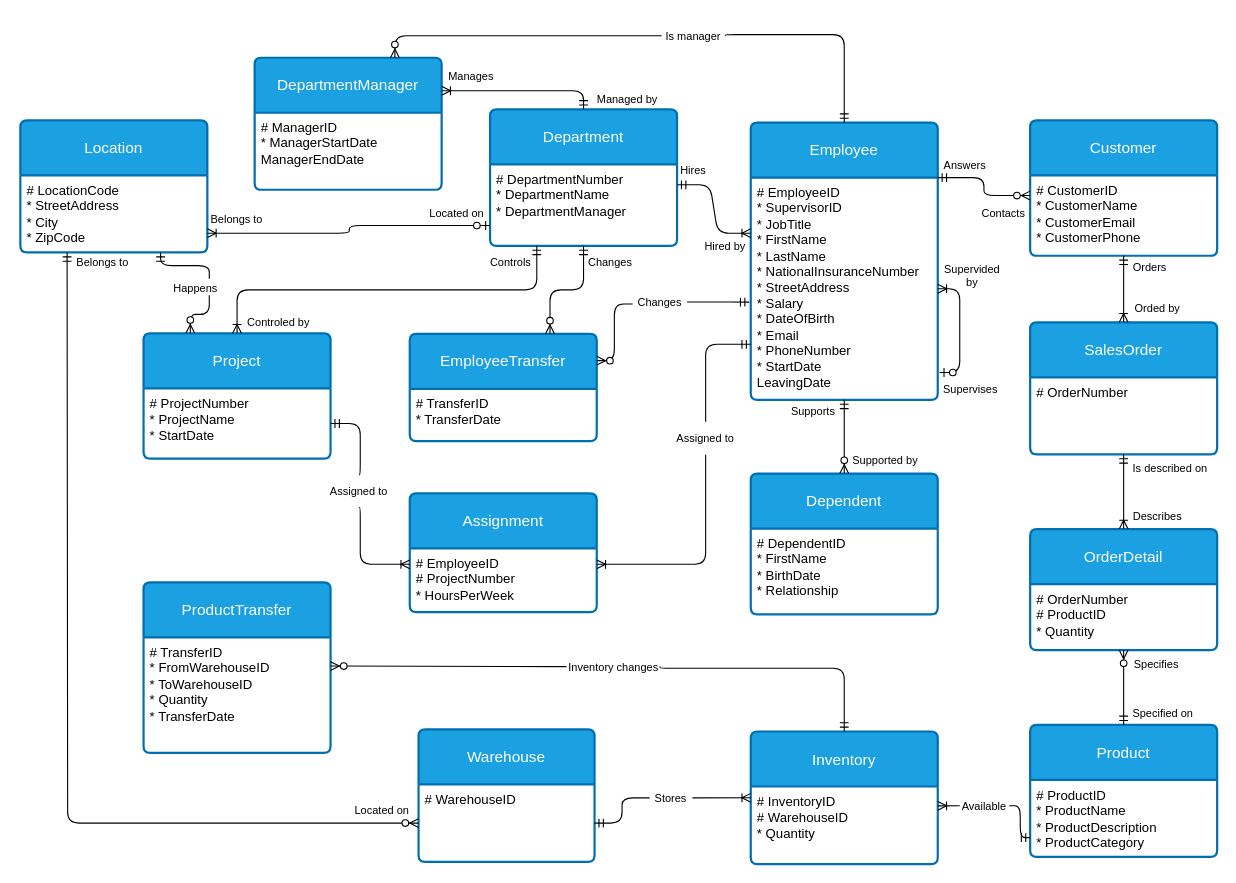
Above: diagrams/ERD.drawio in anacletu/company_model_database (draw.io), before the change. Source tidied: cells renumbered, new cells numbered last; positions are measured from the earlier drawing's top-left corner, leaving out a move shared by most shapes. Both pictures are drawn from the tidied source at 110%, with x=0, y=0 at pixel (20, 19).
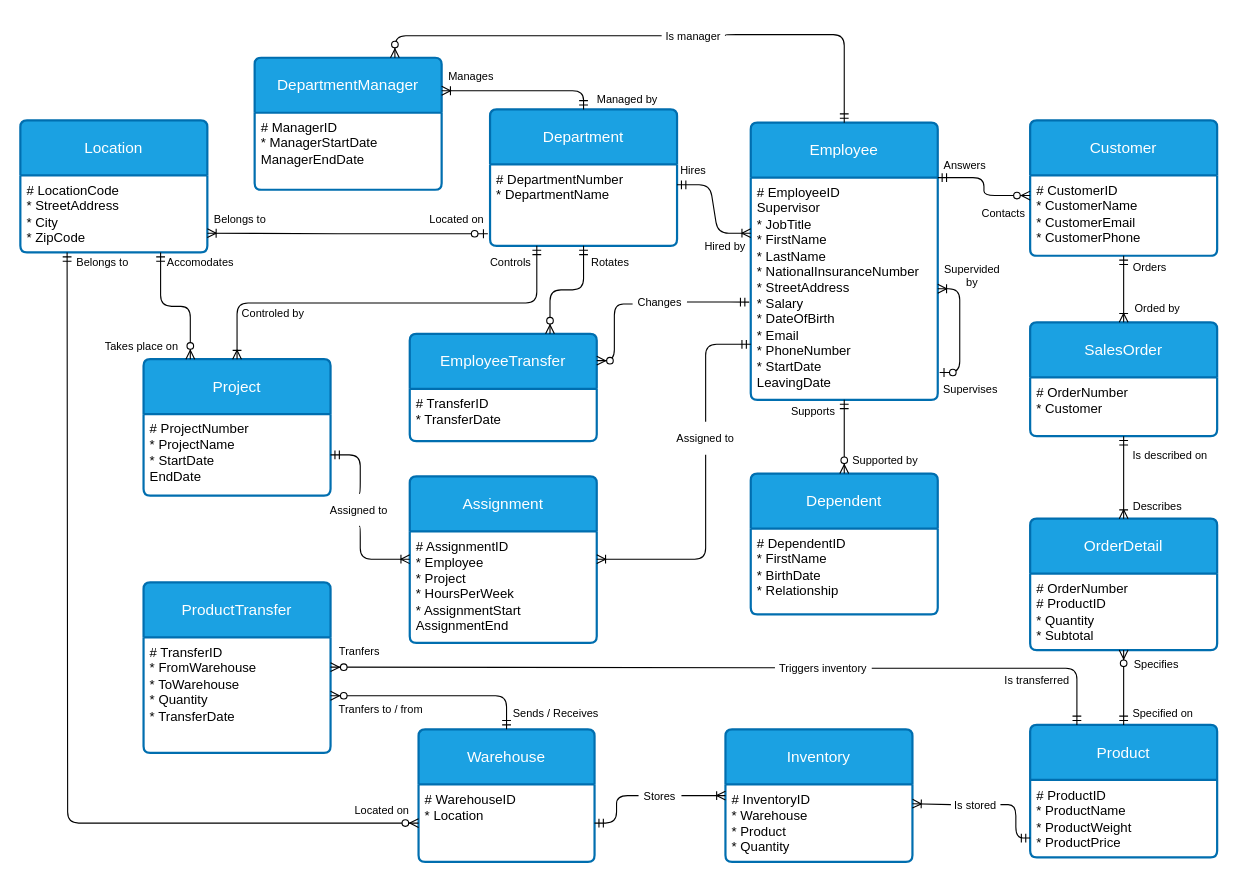
Above is the later version.

Commit message:
Updating the ERD to reflect changes made to the DDL file

The change refers to these unchanged cells:
```xml
<mxCell id="3" value="# LocationCode&lt;br&gt;&lt;div&gt;&lt;span style=&quot;background-color: initial;&quot;&gt;* StreetAddress&lt;/span&gt;&lt;/div&gt;&lt;div&gt;&lt;span style=&quot;background-color: initial;&quot;&gt;* City&lt;/span&gt;&lt;/div&gt;&lt;div&gt;&lt;span style=&quot;background-color: initial;&quot;&gt;* ZipCode&lt;/span&gt;&lt;/div&gt;&lt;div&gt;&lt;br&gt;&lt;/div&gt;" style="align=left;strokeColor=none;fillColor=none;spacingLeft=4;fontSize=12;verticalAlign=top;html=1;" parent="2" vertex="1">
  <mxGeometry y="50" width="170" height="70" as="geometry" />
</mxCell>
<mxCell id="6" value="Employee" style="swimlane;horizontal=1;startSize=50;rounded=1;fontSize=14;fontStyle=0;strokeWidth=2;shadow=0;dashed=0;align=center;arcSize=4;whiteSpace=wrap;html=1;fillColor=#1ba1e2;strokeColor=#006EAF;fontColor=#ffffff;" parent="1" vertex="1">
  <mxGeometry x="664" y="94" width="170" height="252" as="geometry" />
</mxCell>
<mxCell id="17" value="Warehouse" style="swimlane;horizontal=1;startSize=50;rounded=1;fontSize=14;fontStyle=0;strokeWidth=2;shadow=0;dashed=0;align=center;arcSize=4;whiteSpace=wrap;html=1;fillColor=#1ba1e2;strokeColor=#006EAF;fontColor=#ffffff;" parent="1" vertex="1">
  <mxGeometry x="362" y="645.5" width="160" height="120.5" as="geometry" />
</mxCell>
<mxCell id="19" value="Department" style="swimlane;horizontal=1;startSize=50;rounded=1;fontSize=14;fontStyle=0;strokeWidth=2;shadow=0;dashed=0;align=center;arcSize=4;whiteSpace=wrap;html=1;fillColor=#1ba1e2;strokeColor=#006EAF;labelBackgroundColor=none;labelBorderColor=none;fontColor=#ffffff;" parent="1" vertex="1">
  <mxGeometry x="427" y="82" width="170" height="124" as="geometry" />
</mxCell>
<mxCell id="29" value="ProductTransfer" style="swimlane;horizontal=1;startSize=50;rounded=1;fontSize=14;fontStyle=0;strokeWidth=2;shadow=0;dashed=0;align=center;arcSize=4;whiteSpace=wrap;html=1;fillColor=#1ba1e2;strokeColor=#006EAF;fontColor=#ffffff;" parent="1" vertex="1">
  <mxGeometry x="112" y="512" width="170" height="155" as="geometry" />
</mxCell>
```

Change to the diagram source:
```diff
@@
     <mxCell id="4" value="Project" style="swimlane;horizontal=1;startSize=50;rounded=1;fontSize=14;fontStyle=0;strokeWidth=2;shadow=0;dashed=0;align=center;arcSize=4;whiteSpace=wrap;html=1;fillColor=#1ba1e2;strokeColor=#006EAF;fontColor=#ffffff;" parent="1" vertex="1">
-      <mxGeometry x="112" y="285.5" width="170" height="114" as="geometry" />
+      <mxGeometry x="112" y="309" width="170" height="124" as="geometry" />
     </mxCell>
-    <mxCell id="5" value="&lt;div&gt;# ProjectNumber&lt;/div&gt;&lt;div&gt;* ProjectName&lt;/div&gt;&lt;div&gt;* StartDate&lt;/div&gt;&lt;div&gt;&lt;br&gt;&lt;/div&gt;" style="align=left;strokeColor=none;fillColor=none;spacingLeft=4;fontSize=12;verticalAlign=top;html=1;" parent="4" vertex="1">
-      <mxGeometry y="50" width="170" height="64" as="geometry" />
+    <mxCell id="5" value="&lt;div&gt;# ProjectNumber&lt;/div&gt;&lt;div&gt;* ProjectName&lt;/div&gt;&lt;div&gt;* StartDate&lt;/div&gt;&lt;div&gt;EndDate&lt;/div&gt;&lt;div&gt;&lt;br&gt;&lt;/div&gt;&lt;div&gt;&lt;br&gt;&lt;/div&gt;" style="align=left;strokeColor=none;fillColor=none;spacingLeft=4;fontSize=12;verticalAlign=top;html=1;" parent="4" vertex="1">
+      <mxGeometry y="50" width="170" height="74" as="geometry" />
     </mxCell>
@@
-    <mxCell id="7" value="&lt;div&gt;# EmployeeID&lt;/div&gt;&lt;div&gt;* SupervisorID&lt;/div&gt;&lt;div&gt;* JobTitle&lt;/div&gt;&lt;div&gt;* FirstName&lt;/div&gt;&lt;div&gt;* LastName&lt;/div&gt;&lt;div&gt;* NationalInsuranceNumber&lt;/div&gt;&lt;div&gt;* StreetAddress&lt;/div&gt;&lt;div&gt;* Salary&lt;/div&gt;&lt;div&gt;* DateOfBirth&lt;/div&gt;&lt;div&gt;* Email&lt;/div&gt;&lt;div&gt;* PhoneNumber&lt;/div&gt;&lt;div&gt;* StartDate&lt;/div&gt;&lt;div&gt;&lt;span style=&quot;background-color: initial;&quot;&gt;LeavingDate&lt;/span&gt;&lt;/div&gt;" style="align=left;strokeColor=none;fillColor=none;spacingLeft=4;fontSize=12;verticalAlign=top;html=1;" parent="6" vertex="1">
+    <mxCell id="7" value="&lt;div&gt;# EmployeeID&lt;/div&gt;&lt;div&gt;Supervisor&lt;/div&gt;&lt;div&gt;* JobTitle&lt;/div&gt;&lt;div&gt;* FirstName&lt;/div&gt;&lt;div&gt;* LastName&lt;/div&gt;&lt;div&gt;* NationalInsuranceNumber&lt;/div&gt;&lt;div&gt;* StreetAddress&lt;/div&gt;&lt;div&gt;* Salary&lt;/div&gt;&lt;div&gt;* DateOfBirth&lt;/div&gt;&lt;div&gt;* Email&lt;/div&gt;&lt;div&gt;* PhoneNumber&lt;/div&gt;&lt;div&gt;* StartDate&lt;/div&gt;&lt;div&gt;&lt;span style=&quot;background-color: initial;&quot;&gt;LeavingDate&lt;/span&gt;&lt;/div&gt;" style="align=left;strokeColor=none;fillColor=none;spacingLeft=4;fontSize=12;verticalAlign=top;html=1;" parent="6" vertex="1">
       <mxGeometry y="50" width="170" height="202" as="geometry" />
     </mxCell>
@@
     <mxCell id="13" value="Product" style="swimlane;horizontal=1;startSize=50;rounded=1;fontSize=14;fontStyle=0;strokeWidth=2;shadow=0;dashed=0;align=center;arcSize=4;whiteSpace=wrap;html=1;fillColor=#1ba1e2;strokeColor=#006EAF;fontColor=#ffffff;" parent="1" vertex="1">
-      <mxGeometry x="918" y="641.5" width="170" height="120" as="geometry" />
+      <mxGeometry x="918" y="641.5" width="170" height="120.5" as="geometry" />
     </mxCell>
-    <mxCell id="14" value="# ProductID&lt;div&gt;* ProductName&lt;/div&gt;&lt;div&gt;* ProductDescription&lt;/div&gt;&lt;div&gt;* ProductCategory&lt;/div&gt;" style="align=left;strokeColor=none;fillColor=none;spacingLeft=4;fontSize=12;verticalAlign=top;html=1;" parent="13" vertex="1">
-      <mxGeometry y="50" width="170" height="70" as="geometry" />
+    <mxCell id="14" value="# ProductID&lt;div&gt;* ProductName&lt;/div&gt;&lt;div&gt;* ProductWeight&lt;/div&gt;&lt;div&gt;* ProductPrice&lt;/div&gt;" style="align=left;strokeColor=none;fillColor=none;spacingLeft=4;fontSize=12;verticalAlign=top;html=1;" parent="13" vertex="1">
+      <mxGeometry y="50" width="170" height="70.5" as="geometry" />
     </mxCell>
     <mxCell id="15" value="SalesOrder" style="swimlane;horizontal=1;startSize=50;rounded=1;fontSize=14;fontStyle=0;strokeWidth=2;shadow=0;dashed=0;align=center;arcSize=4;whiteSpace=wrap;html=1;fillColor=#1ba1e2;strokeColor=#006EAF;fontColor=#ffffff;" parent="1" vertex="1">
-      <mxGeometry x="918" y="275.5" width="170" height="120" as="geometry" />
+      <mxGeometry x="918" y="275.5" width="170" height="103.5" as="geometry" />
     </mxCell>
-    <mxCell id="16" value="&lt;div&gt;# OrderNumber&lt;/div&gt;" style="align=left;strokeColor=none;fillColor=none;spacingLeft=4;fontSize=12;verticalAlign=top;html=1;" parent="15" vertex="1">
-      <mxGeometry y="50" width="170" height="70" as="geometry" />
+    <mxCell id="16" value="&lt;div&gt;# OrderNumber&lt;/div&gt;&lt;div&gt;* Customer&lt;/div&gt;" style="align=left;strokeColor=none;fillColor=none;spacingLeft=4;fontSize=12;verticalAlign=top;html=1;" parent="15" vertex="1">
+      <mxGeometry y="50" width="170" height="53.5" as="geometry" />
     </mxCell>
@@
-    <mxCell id="18" value="&lt;div&gt;# WarehouseID&lt;/div&gt;" style="align=left;strokeColor=none;fillColor=none;spacingLeft=4;fontSize=12;verticalAlign=top;html=1;" parent="17" vertex="1">
+    <mxCell id="18" value="&lt;div&gt;# WarehouseID&lt;/div&gt;&lt;div&gt;* Location&lt;/div&gt;" style="align=left;strokeColor=none;fillColor=none;spacingLeft=4;fontSize=12;verticalAlign=top;html=1;" parent="17" vertex="1">
       <mxGeometry y="50" width="160" height="70.5" as="geometry" />
     </mxCell>
@@
-    <mxCell id="20" value="&lt;div&gt;# DepartmentNumber&lt;/div&gt;&lt;div&gt;* DepartmentName&lt;/div&gt;&lt;div&gt;* DepartmentManager&lt;/div&gt;&lt;div&gt;&lt;br&gt;&lt;/div&gt;&lt;div&gt;&lt;br&gt;&lt;/div&gt;" style="align=left;strokeColor=none;fillColor=none;spacingLeft=4;fontSize=12;verticalAlign=top;html=1;" parent="19" vertex="1">
+    <mxCell id="20" value="&lt;div&gt;# DepartmentNumber&lt;/div&gt;&lt;div&gt;* DepartmentName&lt;/div&gt;&lt;div&gt;&lt;br&gt;&lt;/div&gt;&lt;div&gt;&lt;br&gt;&lt;/div&gt;" style="align=left;strokeColor=none;fillColor=none;spacingLeft=4;fontSize=12;verticalAlign=top;html=1;" parent="19" vertex="1">
       <mxGeometry y="50" width="170" height="74" as="geometry" />
     </mxCell>
@@
     <mxCell id="23" value="Assignment" style="swimlane;horizontal=1;startSize=50;rounded=1;fontSize=14;fontStyle=0;strokeWidth=2;shadow=0;dashed=0;align=center;arcSize=4;whiteSpace=wrap;html=1;fillColor=#1ba1e2;strokeColor=#006EAF;fontColor=#ffffff;" parent="1" vertex="1">
-      <mxGeometry x="354" y="431" width="170" height="108" as="geometry" />
+      <mxGeometry x="354" y="415.5" width="170" height="151.5" as="geometry" />
     </mxCell>
-    <mxCell id="24" value="&lt;div&gt;# EmployeeID&lt;/div&gt;&lt;div&gt;# ProjectNumber&lt;/div&gt;&lt;div&gt;* HoursPerWeek&lt;/div&gt;&lt;div&gt;&lt;br&gt;&lt;/div&gt;" style="align=left;strokeColor=none;fillColor=none;spacingLeft=4;fontSize=12;verticalAlign=top;html=1;" parent="23" vertex="1">
-      <mxGeometry y="50" width="170" height="58" as="geometry" />
+    <mxCell id="24" value="&lt;div&gt;# AssignmentID&lt;/div&gt;&lt;div&gt;* Employee&lt;/div&gt;&lt;div&gt;* Project&lt;/div&gt;&lt;div&gt;* HoursPerWeek&lt;/div&gt;&lt;div&gt;* AssignmentStart&lt;/div&gt;&lt;div&gt;AssignmentEnd&lt;/div&gt;" style="align=left;strokeColor=none;fillColor=none;spacingLeft=4;fontSize=12;verticalAlign=top;html=1;" parent="23" vertex="1">
+      <mxGeometry y="50" width="170" height="101.5" as="geometry" />
     </mxCell>
     <mxCell id="25" value="Inventory" style="swimlane;horizontal=1;startSize=50;rounded=1;fontSize=14;fontStyle=0;strokeWidth=2;shadow=0;dashed=0;align=center;arcSize=4;whiteSpace=wrap;html=1;fillColor=#1ba1e2;strokeColor=#006EAF;fontColor=#ffffff;" parent="1" vertex="1">
-      <mxGeometry x="664" y="647.5" width="170" height="120.5" as="geometry" />
+      <mxGeometry x="641" y="645.5" width="170" height="120.5" as="geometry" />
     </mxCell>
-    <mxCell id="26" value="&lt;div&gt;# InventoryID&lt;/div&gt;&lt;div&gt;# WarehouseID&lt;br&gt;&lt;/div&gt;&lt;div&gt;* Quantity&lt;/div&gt;" style="align=left;strokeColor=none;fillColor=none;spacingLeft=4;fontSize=12;verticalAlign=top;html=1;" parent="25" vertex="1">
+    <mxCell id="26" value="&lt;div&gt;# InventoryID&lt;/div&gt;&lt;div&gt;* Warehouse&lt;br&gt;&lt;/div&gt;&lt;div&gt;* Product&lt;/div&gt;&lt;div&gt;* Quantity&lt;/div&gt;" style="align=left;strokeColor=none;fillColor=none;spacingLeft=4;fontSize=12;verticalAlign=top;html=1;" parent="25" vertex="1">
       <mxGeometry y="50" width="170" height="70.5" as="geometry" />
     </mxCell>
     <mxCell id="27" value="OrderDetail" style="swimlane;horizontal=1;startSize=50;rounded=1;fontSize=14;fontStyle=0;strokeWidth=2;shadow=0;dashed=0;align=center;arcSize=4;whiteSpace=wrap;html=1;fillColor=#1ba1e2;strokeColor=#006EAF;fontColor=#ffffff;" parent="1" vertex="1">
-      <mxGeometry x="918" y="463.5" width="170" height="110" as="geometry" />
+      <mxGeometry x="918" y="454" width="170" height="119.5" as="geometry" />
     </mxCell>
-    <mxCell id="28" value="&lt;div&gt;# OrderNumber&lt;/div&gt;&lt;div&gt;# ProductID&lt;/div&gt;&lt;div&gt;* Quantity&lt;/div&gt;" style="align=left;strokeColor=none;fillColor=none;spacingLeft=4;fontSize=12;verticalAlign=top;html=1;" parent="27" vertex="1">
-      <mxGeometry y="50" width="170" height="60" as="geometry" />
+    <mxCell id="28" value="&lt;div&gt;# OrderNumber&lt;/div&gt;&lt;div&gt;# ProductID&lt;/div&gt;&lt;div&gt;* Quantity&lt;/div&gt;&lt;div&gt;* Subtotal&lt;/div&gt;" style="align=left;strokeColor=none;fillColor=none;spacingLeft=4;fontSize=12;verticalAlign=top;html=1;" parent="27" vertex="1">
+      <mxGeometry y="50" width="170" height="69.5" as="geometry" />
     </mxCell>
@@
-    <mxCell id="30" value="&lt;div&gt;# TransferID&lt;/div&gt;&lt;div&gt;* FromWarehouseID&lt;/div&gt;&lt;div&gt;* ToWarehouseID&lt;/div&gt;&lt;div&gt;* Quantity&lt;/div&gt;&lt;div&gt;* TransferDate&lt;/div&gt;&lt;div&gt;&lt;br&gt;&lt;/div&gt;" style="align=left;strokeColor=none;fillColor=none;spacingLeft=4;fontSize=12;verticalAlign=top;html=1;" parent="29" vertex="1">
+    <mxCell id="30" value="&lt;div&gt;# TransferID&lt;/div&gt;&lt;div&gt;* FromWarehouse&lt;/div&gt;&lt;div&gt;* ToWarehouse&lt;/div&gt;&lt;div&gt;* Quantity&lt;/div&gt;&lt;div&gt;* TransferDate&lt;/div&gt;&lt;div&gt;&lt;br&gt;&lt;/div&gt;" style="align=left;strokeColor=none;fillColor=none;spacingLeft=4;fontSize=12;verticalAlign=top;html=1;" parent="29" vertex="1">
       <mxGeometry y="50" width="170" height="105" as="geometry" />
     </mxCell>
@@
     <mxCell id="42" value="Controled by" style="text;html=1;align=center;verticalAlign=middle;whiteSpace=wrap;rounded=0;labelBackgroundColor=none;labelBorderColor=none;fontSize=10;" parent="1" vertex="1">
-      <mxGeometry x="205" y="260" width="60" height="30" as="geometry" />
+      <mxGeometry x="200" y="252" width="60" height="30" as="geometry" />
     </mxCell>
@@
     <mxCell id="49" value="Assigned to" style="text;html=1;align=center;verticalAlign=middle;whiteSpace=wrap;rounded=0;labelBackgroundColor=none;labelBorderColor=none;fontSize=10;" parent="1" vertex="1">
-      <mxGeometry x="278" y="414" width="60" height="30" as="geometry" />
+      <mxGeometry x="278" y="431" width="60" height="30" as="geometry" />
     </mxCell>
@@
     <mxCell id="57" value="Belongs to" style="text;html=1;align=center;verticalAlign=middle;whiteSpace=wrap;rounded=0;labelBackgroundColor=none;labelBorderColor=none;fontSize=10;" parent="1" vertex="1">
-      <mxGeometry x="167" y="167" width="60" height="30" as="geometry" />
+      <mxGeometry x="170" y="167" width="60" height="30" as="geometry" />
     </mxCell>
     <mxCell id="58" value="Located on" style="text;html=1;align=center;verticalAlign=middle;whiteSpace=wrap;rounded=0;labelBackgroundColor=none;labelBorderColor=none;fontSize=10;" parent="1" vertex="1">
-      <mxGeometry x="367" y="161" width="60" height="30" as="geometry" />
+      <mxGeometry x="367" y="167" width="60" height="30" as="geometry" />
     </mxCell>
@@
     <mxCell id="66" value="Is described on" style="text;html=1;align=center;verticalAlign=middle;whiteSpace=wrap;rounded=0;labelBackgroundColor=none;labelBorderColor=none;fontSize=10;" parent="1" vertex="1">
-      <mxGeometry x="1003" y="393" width="85" height="30" as="geometry" />
+      <mxGeometry x="1003" y="381" width="85" height="30" as="geometry" />
     </mxCell>
     <mxCell id="67" value="Describes" style="text;html=1;align=center;verticalAlign=middle;whiteSpace=wrap;rounded=0;labelBackgroundColor=none;labelBorderColor=none;fontSize=10;" parent="1" vertex="1">
-      <mxGeometry x="1004" y="437" width="60" height="30" as="geometry" />
+      <mxGeometry x="1004" y="428" width="60" height="30" as="geometry" />
     </mxCell>
@@
-    <mxCell id="71" value="Available" style="text;html=1;align=center;verticalAlign=middle;whiteSpace=wrap;rounded=0;labelBackgroundColor=none;labelBorderColor=none;fontSize=10;" parent="1" vertex="1">
-      <mxGeometry x="854" y="700" width="45" height="30" as="geometry" />
+    <mxCell id="71" value="Is stored" style="text;html=1;align=center;verticalAlign=middle;whiteSpace=wrap;rounded=0;labelBackgroundColor=none;labelBorderColor=none;fontSize=10;" parent="1" vertex="1">
+      <mxGeometry x="846" y="699" width="45" height="30" as="geometry" />
     </mxCell>
@@
     <mxCell id="73" value="Stores" style="text;html=1;align=center;verticalAlign=middle;whiteSpace=wrap;rounded=0;labelBackgroundColor=none;labelBorderColor=none;fontSize=10;" parent="1" vertex="1">
-      <mxGeometry x="572" y="692.8" width="39" height="30" as="geometry" />
+      <mxGeometry x="562" y="690.8" width="39" height="30" as="geometry" />
     </mxCell>
-    <mxCell id="74" style="fontSize=12;html=1;endArrow=none;startArrow=ERmandOne;fontColor=#FFFFFF;exitX=0.5;exitY=0;exitDx=0;exitDy=0;edgeStyle=elbowEdgeStyle;elbow=vertical;entryX=1;entryY=0.5;entryDx=0;entryDy=0;" parent="1" edge="1" source="25" target="75">
+    <mxCell id="74" style="fontSize=12;html=1;endArrow=none;startArrow=ERmandOne;fontColor=#FFFFFF;exitX=0.25;exitY=0;exitDx=0;exitDy=0;entryX=1;entryY=0.5;entryDx=0;entryDy=0;edgeStyle=elbowEdgeStyle;elbow=vertical;" parent="1" edge="1" source="13" target="75">
       <mxGeometry relative="1" as="geometry">
         <Array as="points">
-          <mxPoint x="538" y="590" />
+          <mxPoint x="867" y="590" />
         </Array>
       </mxGeometry>
     </mxCell>
-    <mxCell id="75" value="Inventory changes" style="text;html=1;align=center;verticalAlign=middle;whiteSpace=wrap;rounded=0;labelBackgroundColor=none;labelBorderColor=none;fontSize=10;" parent="1" vertex="1">
-      <mxGeometry x="496.5" y="573.5" width="85" height="30" as="geometry" />
+    <mxCell id="75" value="Triggers inventory" style="text;html=1;align=center;verticalAlign=middle;whiteSpace=wrap;rounded=0;labelBackgroundColor=none;labelBorderColor=none;fontSize=10;" parent="1" vertex="1">
+      <mxGeometry x="686" y="574.5" width="88" height="30" as="geometry" />
     </mxCell>
-    <mxCell id="76" style="fontSize=12;html=1;endArrow=none;startArrow=ERmandOne;fontColor=#000000;exitX=0.75;exitY=1;exitDx=0;exitDy=0;entryX=0.75;entryY=0;entryDx=0;entryDy=0;edgeStyle=orthogonalEdgeStyle;" parent="1" edge="1" source="3" target="77">
-      <mxGeometry relative="1" as="geometry" />
-    </mxCell>
-    <mxCell id="77" value="Happens" style="text;html=1;align=center;verticalAlign=middle;whiteSpace=wrap;rounded=0;labelBackgroundColor=none;labelBorderColor=none;fontSize=10;" parent="1" vertex="1">
-      <mxGeometry x="135" y="236" width="49" height="15" as="geometry" />
-    </mxCell>
-    <mxCell id="78" style="fontSize=12;html=1;endArrow=ERzeroToMany;endFill=1;fontColor=#FFFFFF;elbow=vertical;exitX=0.75;exitY=1;exitDx=0;exitDy=0;edgeStyle=orthogonalEdgeStyle;entryX=0.25;entryY=0;entryDx=0;entryDy=0;" parent="1" edge="1" source="77" target="4">
-      <mxGeometry relative="1" as="geometry" />
-    </mxCell>
-    <mxCell id="79" style="fontSize=12;html=1;endArrow=ERoneToMany;startArrow=ERzeroToOne;fontColor=#FFFFFF;exitX=0;exitY=0.75;exitDx=0;exitDy=0;entryX=1;entryY=0.75;entryDx=0;entryDy=0;edgeStyle=elbowEdgeStyle;" parent="1" edge="1" source="20" target="3">
-      <mxGeometry relative="1" as="geometry" />
+    <mxCell id="79" style="fontSize=12;html=1;endArrow=ERoneToMany;startArrow=ERzeroToOne;fontColor=#FFFFFF;entryX=1;entryY=0.75;entryDx=0;entryDy=0;edgeStyle=elbowEdgeStyle;" parent="1" edge="1" target="3">
+      <mxGeometry relative="1" as="geometry">
+        <mxPoint x="425" y="195" as="sourcePoint" />
+      </mxGeometry>
     </mxCell>
@@
-    <mxCell id="84" value="Changes" style="text;html=1;align=center;verticalAlign=middle;whiteSpace=wrap;rounded=0;labelBackgroundColor=none;labelBorderColor=none;fontSize=10;" parent="1" vertex="1">
+    <mxCell id="84" value="Rotates" style="text;html=1;align=center;verticalAlign=middle;whiteSpace=wrap;rounded=0;labelBackgroundColor=none;labelBorderColor=none;fontSize=10;" parent="1" vertex="1">
       <mxGeometry x="512" y="206" width="49" height="30" as="geometry" />
     </mxCell>
@@
+    <mxCell id="91" value="Tranfers" style="text;html=1;align=center;verticalAlign=middle;whiteSpace=wrap;rounded=0;labelBackgroundColor=none;labelBorderColor=none;fontSize=10;" parent="1" vertex="1">
+      <mxGeometry x="272.5" y="559" width="71" height="30" as="geometry" />
+    </mxCell>
+    <mxCell id="92" value="Is transferred" style="text;html=1;align=center;verticalAlign=middle;whiteSpace=wrap;rounded=0;labelBackgroundColor=none;labelBorderColor=none;fontSize=10;" parent="1" vertex="1">
+      <mxGeometry x="889" y="586" width="71" height="30" as="geometry" />
+    </mxCell>
+    <mxCell id="93" style="edgeStyle=elbowEdgeStyle;fontSize=12;html=1;endArrow=ERzeroToMany;startArrow=ERmandOne;fontColor=#FFFFFF;elbow=vertical;exitX=0.5;exitY=0;exitDx=0;exitDy=0;entryX=1;entryY=0.5;entryDx=0;entryDy=0;" parent="1" edge="1" source="17" target="30">
+      <mxGeometry relative="1" as="geometry">
+        <Array as="points">
+          <mxPoint x="360" y="615" />
+        </Array>
+      </mxGeometry>
+    </mxCell>
+    <mxCell id="94" value="Tranfers to / from" style="text;html=1;align=center;verticalAlign=middle;whiteSpace=wrap;rounded=0;labelBackgroundColor=none;labelBorderColor=none;fontSize=10;" parent="1" vertex="1">
+      <mxGeometry x="282" y="611.5" width="92" height="30" as="geometry" />
+    </mxCell>
+    <mxCell id="95" style="fontSize=12;html=1;endArrow=ERzeroToMany;startArrow=ERmandOne;fontColor=#FFFFFF;entryX=0.25;entryY=0;entryDx=0;entryDy=0;edgeStyle=elbowEdgeStyle;elbow=vertical;exitX=0.75;exitY=1;exitDx=0;exitDy=0;" parent="1" edge="1" source="3" target="4">
+      <mxGeometry relative="1" as="geometry" />
+    </mxCell>
+    <mxCell id="96" value="Takes place on" style="text;html=1;align=center;verticalAlign=middle;whiteSpace=wrap;rounded=0;labelBackgroundColor=none;labelBorderColor=none;fontSize=10;" parent="1" vertex="1">
+      <mxGeometry x="74" y="282" width="73" height="30" as="geometry" />
+    </mxCell>
+    <mxCell id="97" value="Accomodates" style="text;html=1;align=center;verticalAlign=middle;whiteSpace=wrap;rounded=0;labelBackgroundColor=none;labelBorderColor=none;fontSize=10;" parent="1" vertex="1">
+      <mxGeometry x="128" y="206" width="72" height="30" as="geometry" />
+    </mxCell>
+    <mxCell id="98" value="Sends / Receives" style="text;html=1;align=center;verticalAlign=middle;whiteSpace=wrap;rounded=0;labelBackgroundColor=none;labelBorderColor=none;fontSize=10;" parent="1" vertex="1">
+      <mxGeometry x="444" y="616" width="86" height="30" as="geometry" />
+    </mxCell>
```
